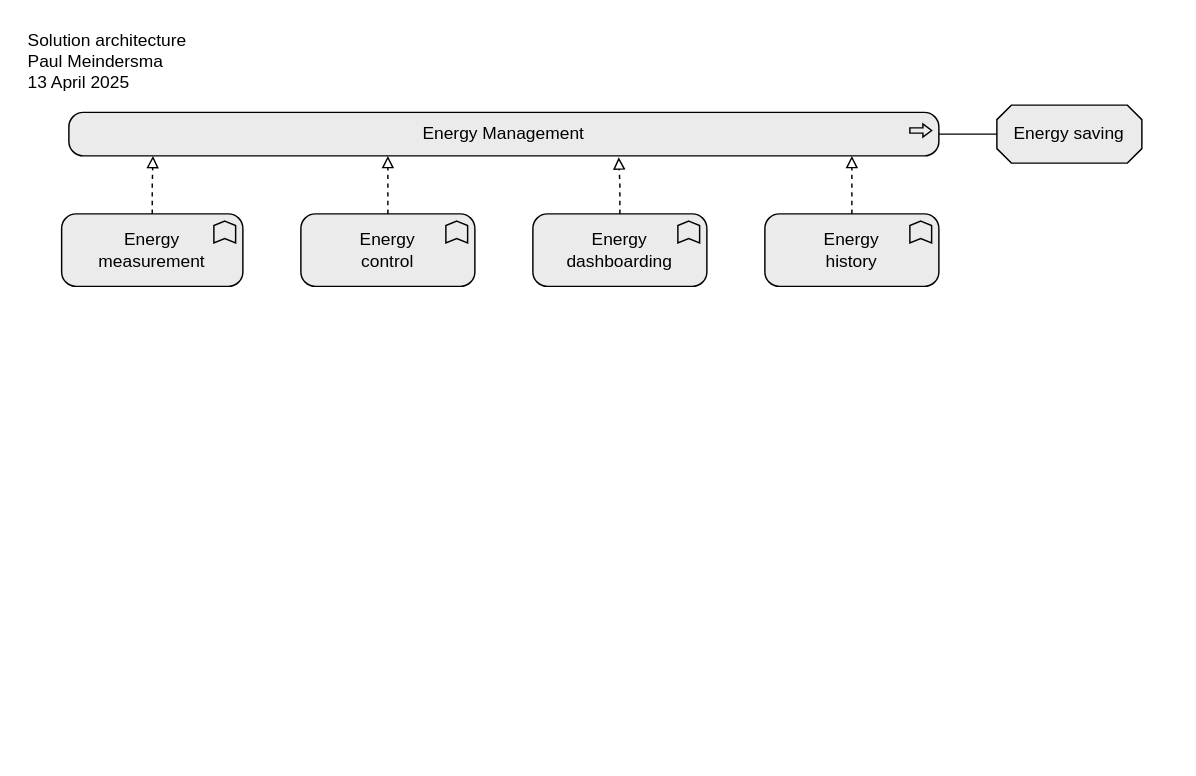
The draw.io diagram Solution architecture.drawio in pmeindersma/OptimizeSolar, before the edit. Source tidied: cells renumbered, new cells numbered last; positions are measured from the earlier drawing's top-left corner, leaving out a move shared by most shapes. Both pictures are drawn from the tidied source at 145%, with x=0, y=0 at pixel (25, 25).
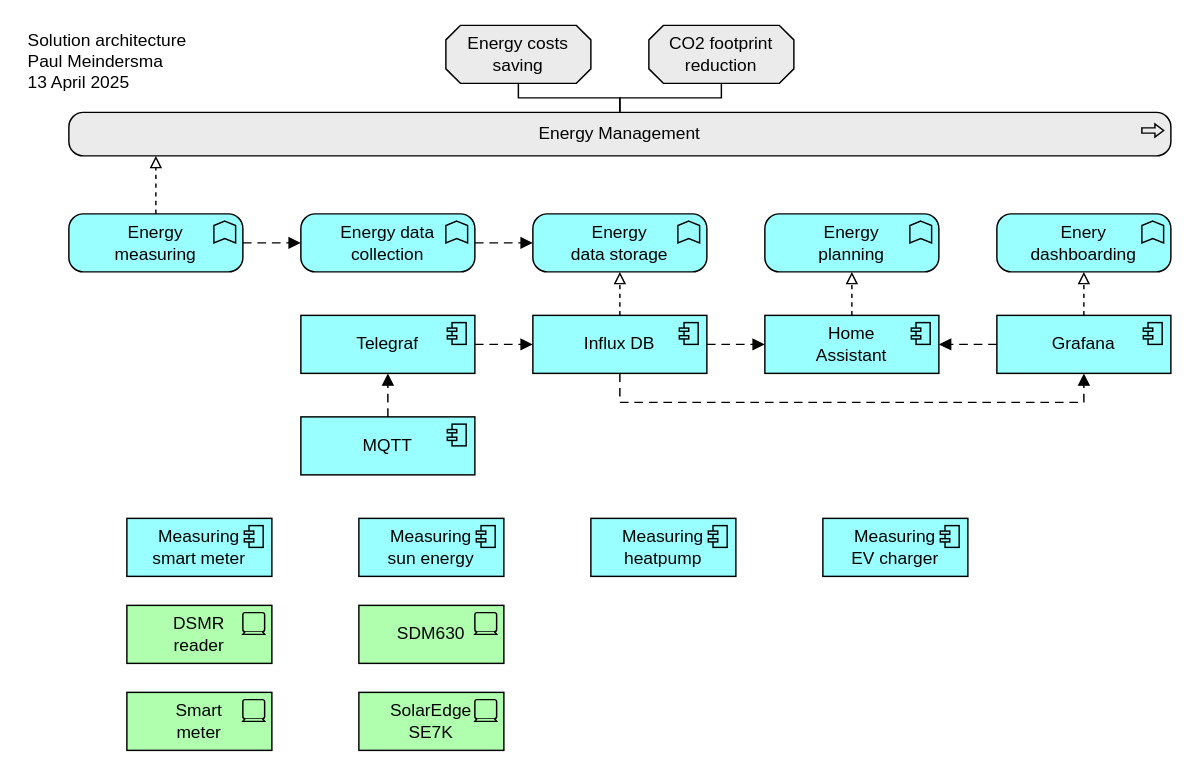
Above is the later version.

The edit, as a diff of the source:
```diff
@@
     <mxCell id="3" value="Energy Management" style="html=1;outlineConnect=0;whiteSpace=wrap;fillColor=#EBEBEB;shape=mxgraph.archimate3.application;appType=proc;archiType=rounded;" parent="1" vertex="1">
-      <mxGeometry x="30" y="60" width="600" height="30" as="geometry" />
+      <mxGeometry x="30" y="60" width="760" height="30" as="geometry" />
     </mxCell>
-    <mxCell id="4" value="Energy saving" style="html=1;outlineConnect=0;whiteSpace=wrap;fillColor=#EBEBEB;shape=mxgraph.archimate3.application;appType=generic;archiType=oct;" parent="1" vertex="1">
-      <mxGeometry x="670" y="55" width="100" height="40" as="geometry" />
+    <mxCell id="4" value="CO2 footprint&lt;div&gt;reduction&lt;/div&gt;" style="html=1;outlineConnect=0;whiteSpace=wrap;fillColor=#EBEBEB;shape=mxgraph.archimate3.application;appType=generic;archiType=oct;" parent="1" vertex="1">
+      <mxGeometry x="430" width="100" height="40" as="geometry" />
     </mxCell>
-    <mxCell id="5" style="edgeStyle=elbowEdgeStyle;html=1;endArrow=none;elbow=vertical;rounded=0;exitX=1;exitY=0.5;exitDx=0;exitDy=0;exitPerimeter=0;entryX=0;entryY=0.5;entryDx=0;entryDy=0;entryPerimeter=0;" parent="1" edge="1" source="3" target="4">
+    <mxCell id="5" style="edgeStyle=elbowEdgeStyle;html=1;endArrow=none;elbow=vertical;rounded=0;entryX=0.5;entryY=1;entryDx=0;entryDy=0;entryPerimeter=0;" parent="1" edge="1" source="3" target="20">
       <mxGeometry relative="1" as="geometry" />
     </mxCell>
-    <mxCell id="6" value="Energy&lt;div&gt;dashboarding&lt;/div&gt;" style="html=1;outlineConnect=0;whiteSpace=wrap;fillColor=#EBEBEB;shape=mxgraph.archimate3.application;appType=func;archiType=rounded;" parent="1" vertex="1">
-      <mxGeometry x="350" y="130" width="120" height="50" as="geometry" />
-    </mxCell>
-    <mxCell id="7" value="Energy&lt;div&gt;control&lt;/div&gt;" style="html=1;outlineConnect=0;whiteSpace=wrap;fillColor=#EBEBEB;shape=mxgraph.archimate3.application;appType=func;archiType=rounded;" parent="1" vertex="1">
-      <mxGeometry x="190" y="130" width="120" height="50" as="geometry" />
-    </mxCell>
-    <mxCell id="8" style="edgeStyle=elbowEdgeStyle;html=1;endArrow=block;elbow=vertical;endFill=0;dashed=1;rounded=0;exitX=0.5;exitY=0;exitDx=0;exitDy=0;exitPerimeter=0;entryX=0.632;entryY=1.033;entryDx=0;entryDy=0;entryPerimeter=0;" parent="1" edge="1" source="6" target="3">
-      <mxGeometry relative="1" as="geometry" />
-    </mxCell>
-    <mxCell id="9" style="edgeStyle=elbowEdgeStyle;html=1;endArrow=block;elbow=vertical;endFill=0;dashed=1;rounded=0;" parent="1" edge="1" source="7">
-      <mxGeometry relative="1" as="geometry">
-        <mxPoint x="250" y="90" as="targetPoint" />
-      </mxGeometry>
-    </mxCell>
-    <mxCell id="10" value="Energy&lt;div&gt;measurement&lt;/div&gt;" style="html=1;outlineConnect=0;whiteSpace=wrap;fillColor=#EBEBEB;shape=mxgraph.archimate3.application;appType=func;archiType=rounded;" parent="1" vertex="1">
-      <mxGeometry x="25" y="130" width="125" height="50" as="geometry" />
-    </mxCell>
-    <mxCell id="11" style="edgeStyle=elbowEdgeStyle;html=1;endArrow=block;elbow=vertical;endFill=0;dashed=1;rounded=0;exitX=0.5;exitY=0;exitDx=0;exitDy=0;exitPerimeter=0;" parent="1" edge="1" source="10">
-      <mxGeometry relative="1" as="geometry">
-        <mxPoint x="88" y="90" as="targetPoint" />
-      </mxGeometry>
-    </mxCell>
-    <mxCell id="12" value="Energy&lt;div&gt;history&lt;/div&gt;" style="html=1;outlineConnect=0;whiteSpace=wrap;fillColor=#EBEBEB;shape=mxgraph.archimate3.application;appType=func;archiType=rounded;" parent="1" vertex="1">
-      <mxGeometry x="510" y="130" width="120" height="50" as="geometry" />
-    </mxCell>
-    <mxCell id="13" style="edgeStyle=elbowEdgeStyle;html=1;endArrow=block;elbow=vertical;endFill=0;dashed=1;rounded=0;exitX=0.5;exitY=0;exitDx=0;exitDy=0;exitPerimeter=0;" parent="1" edge="1" source="12">
-      <mxGeometry relative="1" as="geometry">
-        <mxPoint x="570" y="90" as="targetPoint" />
-      </mxGeometry>
-    </mxCell>
+    <mxCell id="14" value="Energy&lt;div&gt;measuring&lt;/div&gt;" style="html=1;outlineConnect=0;whiteSpace=wrap;fillColor=#99ffff;shape=mxgraph.archimate3.application;appType=func;archiType=rounded;" parent="1" vertex="1">
+      <mxGeometry x="30" y="130" width="120" height="40" as="geometry" />
+    </mxCell>
+    <mxCell id="15" value="Measuring&lt;div&gt;sun energy&lt;/div&gt;" style="html=1;whiteSpace=wrap;fillColor=#99ffff;shape=mxgraph.archimate3.application;appType=comp;archiType=square;" parent="1" vertex="1">
+      <mxGeometry x="230" y="340" width="100" height="40" as="geometry" />
+    </mxCell>
+    <mxCell id="16" value="Measuring&lt;div&gt;smart meter&lt;/div&gt;" style="html=1;whiteSpace=wrap;fillColor=#99ffff;shape=mxgraph.archimate3.application;appType=comp;archiType=square;" parent="1" vertex="1">
+      <mxGeometry x="70" y="340" width="100" height="40" as="geometry" />
+    </mxCell>
+    <mxCell id="17" value="Measuring&lt;div&gt;heatpump&lt;/div&gt;" style="html=1;whiteSpace=wrap;fillColor=#99ffff;shape=mxgraph.archimate3.application;appType=comp;archiType=square;" parent="1" vertex="1">
+      <mxGeometry x="390" y="340" width="100" height="40" as="geometry" />
+    </mxCell>
+    <mxCell id="18" value="Measuring&lt;div&gt;EV charger&lt;/div&gt;" style="html=1;whiteSpace=wrap;fillColor=#99ffff;shape=mxgraph.archimate3.application;appType=comp;archiType=square;" parent="1" vertex="1">
+      <mxGeometry x="550" y="340" width="100" height="40" as="geometry" />
+    </mxCell>
+    <mxCell id="19" style="edgeStyle=elbowEdgeStyle;html=1;endArrow=block;elbow=vertical;endFill=0;dashed=1;rounded=0;exitX=0.5;exitY=0;exitDx=0;exitDy=0;exitPerimeter=0;" parent="1" edge="1" source="14">
+      <mxGeometry relative="1" as="geometry">
+        <mxPoint x="90" y="90" as="targetPoint" />
+      </mxGeometry>
+    </mxCell>
+    <mxCell id="20" value="Energy costs saving" style="html=1;outlineConnect=0;whiteSpace=wrap;fillColor=#EBEBEB;shape=mxgraph.archimate3.application;appType=generic;archiType=oct;" parent="1" vertex="1">
+      <mxGeometry x="290" width="100" height="40" as="geometry" />
+    </mxCell>
+    <mxCell id="21" style="edgeStyle=elbowEdgeStyle;html=1;endArrow=none;elbow=vertical;rounded=0;exitX=0.5;exitY=0;exitDx=0;exitDy=0;exitPerimeter=0;" parent="1" edge="1" source="3" target="4">
+      <mxGeometry relative="1" as="geometry" />
+    </mxCell>
+    <mxCell id="22" value="Energy data collection" style="html=1;outlineConnect=0;whiteSpace=wrap;fillColor=#99ffff;shape=mxgraph.archimate3.application;appType=func;archiType=rounded;" parent="1" vertex="1">
+      <mxGeometry x="190" y="130" width="120" height="40" as="geometry" />
+    </mxCell>
+    <mxCell id="23" value="MQTT" style="html=1;outlineConnect=0;whiteSpace=wrap;fillColor=#99ffff;shape=mxgraph.archimate3.application;appType=comp;archiType=square;" parent="1" vertex="1">
+      <mxGeometry x="190" y="270" width="120" height="40" as="geometry" />
+    </mxCell>
+    <mxCell id="24" style="edgeStyle=elbowEdgeStyle;html=1;endArrow=block;dashed=1;elbow=vertical;endFill=1;dashPattern=6 4;rounded=0;exitX=1;exitY=0.5;exitDx=0;exitDy=0;exitPerimeter=0;entryX=0;entryY=0.5;entryDx=0;entryDy=0;entryPerimeter=0;" parent="1" edge="1" source="14" target="22">
+      <mxGeometry relative="1" as="geometry" />
+    </mxCell>
+    <mxCell id="25" value="Influx DB" style="html=1;outlineConnect=0;whiteSpace=wrap;fillColor=#99ffff;shape=mxgraph.archimate3.application;appType=comp;archiType=square;" parent="1" vertex="1">
+      <mxGeometry x="350" y="200" width="120" height="40" as="geometry" />
+    </mxCell>
+    <mxCell id="26" value="Energy&lt;div&gt;data storage&lt;/div&gt;" style="html=1;outlineConnect=0;whiteSpace=wrap;fillColor=#99ffff;shape=mxgraph.archimate3.application;appType=func;archiType=rounded;" parent="1" vertex="1">
+      <mxGeometry x="350" y="130" width="120" height="40" as="geometry" />
+    </mxCell>
+    <mxCell id="27" value="Energy&lt;div&gt;planning&lt;/div&gt;" style="html=1;outlineConnect=0;whiteSpace=wrap;fillColor=#99ffff;shape=mxgraph.archimate3.application;appType=func;archiType=rounded;" parent="1" vertex="1">
+      <mxGeometry x="510" y="130" width="120" height="40" as="geometry" />
+    </mxCell>
+    <mxCell id="28" value="Enery&lt;div&gt;dashboarding&lt;/div&gt;" style="html=1;outlineConnect=0;whiteSpace=wrap;fillColor=#99ffff;shape=mxgraph.archimate3.application;appType=func;archiType=rounded;" parent="1" vertex="1">
+      <mxGeometry x="670" y="130" width="120" height="40" as="geometry" />
+    </mxCell>
+    <mxCell id="29" style="edgeStyle=elbowEdgeStyle;html=1;endArrow=block;elbow=vertical;endFill=0;dashed=1;rounded=0;entryX=0.5;entryY=1;entryDx=0;entryDy=0;entryPerimeter=0;exitX=0.5;exitY=0;exitDx=0;exitDy=0;exitPerimeter=0;" parent="1" edge="1" source="25" target="26">
+      <mxGeometry relative="1" as="geometry">
+        <Array as="points">
+          <mxPoint x="440" y="180" />
+        </Array>
+      </mxGeometry>
+    </mxCell>
+    <mxCell id="30" value="Home&lt;div&gt;Assistant&lt;/div&gt;" style="html=1;outlineConnect=0;whiteSpace=wrap;fillColor=#99ffff;shape=mxgraph.archimate3.application;appType=comp;archiType=square;" parent="1" vertex="1">
+      <mxGeometry x="510" y="200" width="120" height="40" as="geometry" />
+    </mxCell>
+    <mxCell id="31" value="Grafana" style="html=1;outlineConnect=0;whiteSpace=wrap;fillColor=#99ffff;shape=mxgraph.archimate3.application;appType=comp;archiType=square;" parent="1" vertex="1">
+      <mxGeometry x="670" y="200" width="120" height="40" as="geometry" />
+    </mxCell>
+    <mxCell id="32" value="Smart&lt;div&gt;meter&lt;/div&gt;" style="html=1;whiteSpace=wrap;fillColor=#AFFFAF;shape=mxgraph.archimate3.application;appType=device;" parent="1" vertex="1">
+      <mxGeometry x="70" y="460" width="100" height="40" as="geometry" />
+    </mxCell>
+    <mxCell id="33" value="DSMR&lt;div&gt;reader&lt;/div&gt;" style="html=1;whiteSpace=wrap;fillColor=#AFFFAF;shape=mxgraph.archimate3.application;appType=device;" parent="1" vertex="1">
+      <mxGeometry x="70" y="400" width="100" height="40" as="geometry" />
+    </mxCell>
+    <mxCell id="34" value="SolarEdge&lt;div&gt;SE7K&lt;/div&gt;" style="html=1;whiteSpace=wrap;fillColor=#AFFFAF;shape=mxgraph.archimate3.application;appType=device;" parent="1" vertex="1">
+      <mxGeometry x="230" y="460" width="100" height="40" as="geometry" />
+    </mxCell>
+    <mxCell id="35" value="SDM630" style="html=1;whiteSpace=wrap;fillColor=#AFFFAF;shape=mxgraph.archimate3.application;appType=device;" parent="1" vertex="1">
+      <mxGeometry x="230" y="400" width="100" height="40" as="geometry" />
+    </mxCell>
+    <mxCell id="36" style="edgeStyle=elbowEdgeStyle;html=1;endArrow=block;dashed=1;elbow=vertical;endFill=1;dashPattern=6 4;rounded=0;exitX=1;exitY=0.5;exitDx=0;exitDy=0;exitPerimeter=0;" parent="1" edge="1" source="22" target="26">
+      <mxGeometry relative="1" as="geometry" />
+    </mxCell>
+    <mxCell id="37" style="edgeStyle=elbowEdgeStyle;html=1;endArrow=block;dashed=1;elbow=vertical;endFill=1;dashPattern=6 4;rounded=0;exitX=0.5;exitY=0;exitDx=0;exitDy=0;exitPerimeter=0;entryX=0.5;entryY=1;entryDx=0;entryDy=0;entryPerimeter=0;" parent="1" edge="1" source="23" target="42">
+      <mxGeometry relative="1" as="geometry" />
+    </mxCell>
+    <mxCell id="38" style="edgeStyle=elbowEdgeStyle;html=1;endArrow=block;dashed=1;elbow=vertical;endFill=1;dashPattern=6 4;rounded=0;exitX=1;exitY=0.5;exitDx=0;exitDy=0;exitPerimeter=0;entryX=0;entryY=0.5;entryDx=0;entryDy=0;entryPerimeter=0;" parent="1" edge="1" source="25" target="30">
+      <mxGeometry relative="1" as="geometry" />
+    </mxCell>
+    <mxCell id="39" style="edgeStyle=elbowEdgeStyle;html=1;endArrow=block;elbow=vertical;endFill=0;dashed=1;rounded=0;entryX=0.5;entryY=1;entryDx=0;entryDy=0;entryPerimeter=0;exitX=0.5;exitY=0;exitDx=0;exitDy=0;exitPerimeter=0;" parent="1" edge="1" source="30" target="27">
+      <mxGeometry relative="1" as="geometry" />
+    </mxCell>
+    <mxCell id="40" style="edgeStyle=elbowEdgeStyle;html=1;endArrow=block;elbow=vertical;endFill=0;dashed=1;rounded=0;exitX=0.5;exitY=0;exitDx=0;exitDy=0;exitPerimeter=0;" parent="1" edge="1" source="31" target="28">
+      <mxGeometry relative="1" as="geometry" />
+    </mxCell>
+    <mxCell id="41" style="edgeStyle=elbowEdgeStyle;html=1;endArrow=block;dashed=1;elbow=vertical;endFill=1;dashPattern=6 4;rounded=0;exitX=0.5;exitY=1;exitDx=0;exitDy=0;exitPerimeter=0;entryX=0.5;entryY=1;entryDx=0;entryDy=0;entryPerimeter=0;" parent="1" edge="1" source="25" target="31">
+      <mxGeometry relative="1" as="geometry">
+        <Array as="points">
+          <mxPoint x="570" y="260" />
+        </Array>
+      </mxGeometry>
+    </mxCell>
+    <mxCell id="42" value="Telegraf" style="html=1;outlineConnect=0;whiteSpace=wrap;fillColor=#99ffff;shape=mxgraph.archimate3.application;appType=comp;archiType=square;" parent="1" vertex="1">
+      <mxGeometry x="190" y="200" width="120" height="40" as="geometry" />
+    </mxCell>
+    <mxCell id="43" style="edgeStyle=elbowEdgeStyle;html=1;endArrow=block;dashed=1;elbow=vertical;endFill=1;dashPattern=6 4;rounded=0;exitX=1;exitY=0.5;exitDx=0;exitDy=0;exitPerimeter=0;" parent="1" edge="1" source="42" target="25">
+      <mxGeometry relative="1" as="geometry" />
+    </mxCell>
+    <mxCell id="44" style="edgeStyle=elbowEdgeStyle;html=1;endArrow=block;dashed=1;elbow=vertical;endFill=1;dashPattern=6 4;rounded=0;exitX=0;exitY=0.5;exitDx=0;exitDy=0;exitPerimeter=0;entryX=1;entryY=0.5;entryDx=0;entryDy=0;entryPerimeter=0;" parent="1" edge="1" source="31" target="30">
+      <mxGeometry relative="1" as="geometry" />
+    </mxCell>
```
